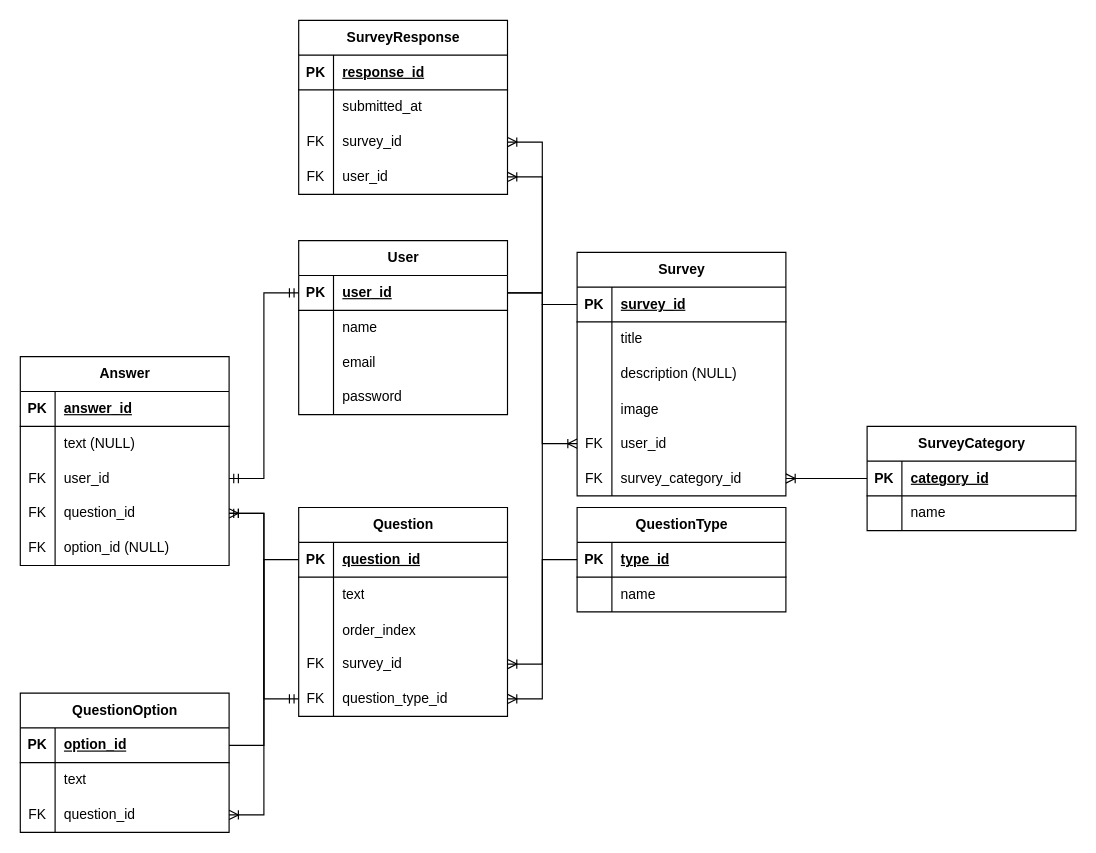
This is db-diagram.drawio from cesarom18/quick-survey, a draw.io file, before an edit. Source tidied: cells renumbered, new cells numbered last; positions are measured from the earlier drawing's top-left corner, leaving out a move shared by most shapes. Both pictures are drawn from the tidied source at 116%, with x=0, y=0 at pixel (20, 20).
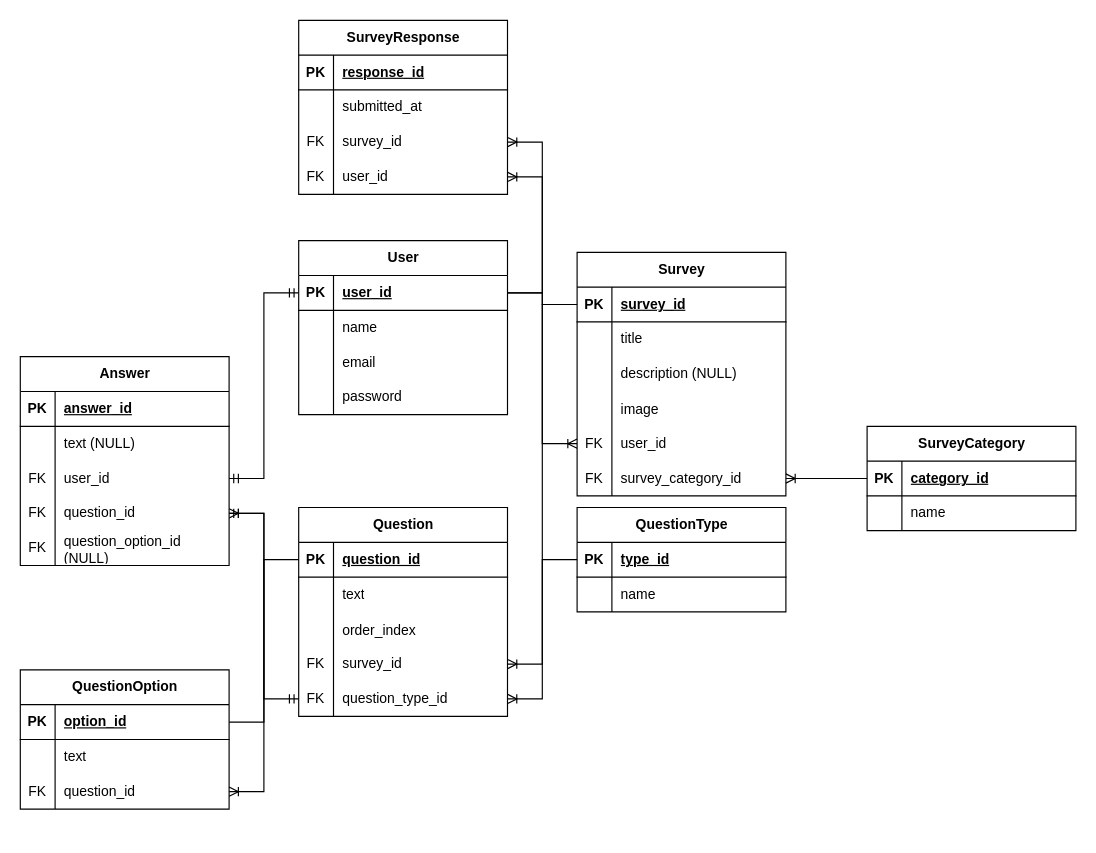
Above is the later version.

Unchanged cells that the change refers to:
```xml
<mxCell id="81" style="shape=tableRow;horizontal=0;startSize=0;swimlaneHead=0;swimlaneBody=0;fillColor=none;top=0;left=0;right=0;bottom=0;" parent="68" vertex="1">
  <mxGeometry y="150" width="180" height="30" as="geometry" />
</mxCell>
```

Change to the diagram source:
```diff
@@
-    <mxCell id="83" value="option_id (NULL)" style="shape=partialRectangle;fillColor=none;top=0;left=0;bottom=0;right=0;align=left;spacingLeft=6;fontStyle=0;overflow=hidden;whiteSpace=wrap;html=1;" parent="81" vertex="1">
+    <mxCell id="83" value="question_option_id (NULL)" style="shape=partialRectangle;fillColor=none;top=0;left=0;bottom=0;right=0;align=left;spacingLeft=6;fontStyle=0;overflow=hidden;whiteSpace=wrap;html=1;" parent="81" vertex="1">
       <mxGeometry x="30" width="150" height="30" as="geometry" />
     </mxCell>
@@
     <mxCell id="86" value="QuestionOption" style="shape=table;startSize=30;childLayout=tableLayout;rowLines=0;fontStyle=1;align=center;html=1;" parent="1" vertex="1">
-      <mxGeometry y="580" width="180" height="120" as="geometry" />
+      <mxGeometry y="560" width="180" height="120" as="geometry" />
     </mxCell>
```
